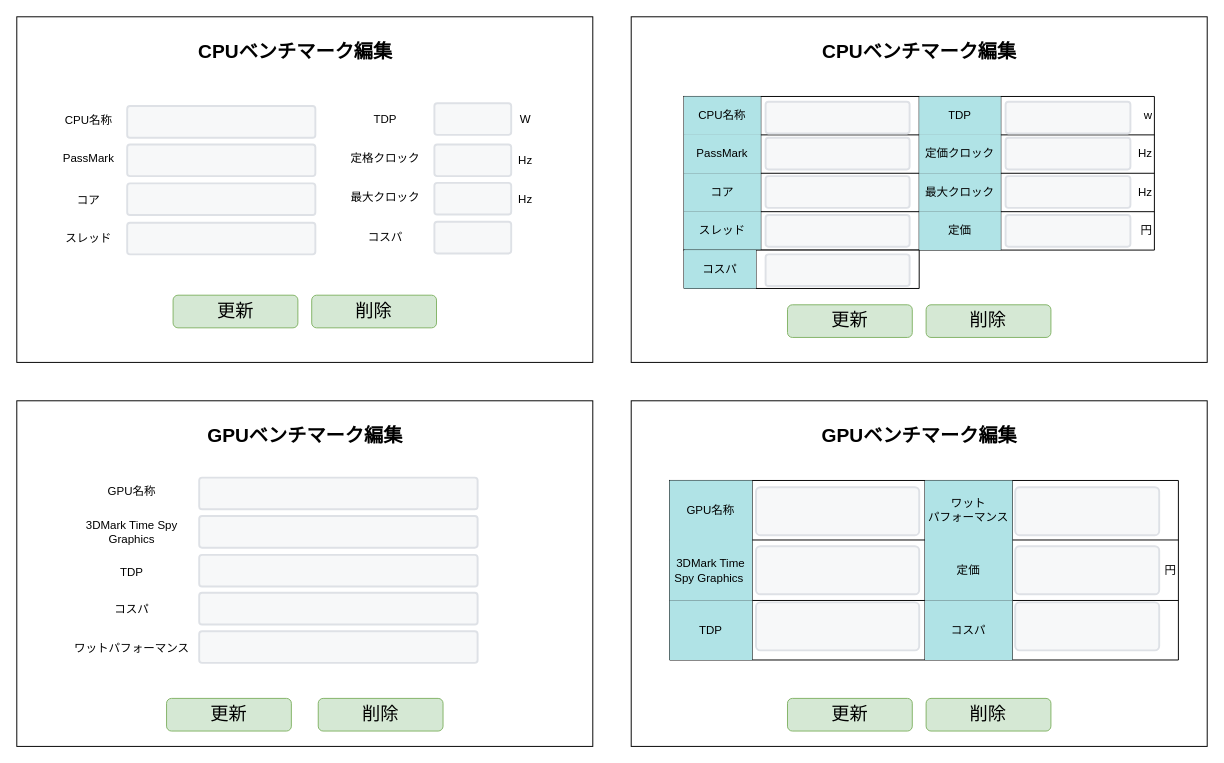
The draw.io diagram page "S05-03 ベンチマーク編集" (3 of 3) of 各種設計書/6.画面設計書/S05_ベンチマークマスタ.drawio in HaruShim/Sotuken, before the edit. Source tidied: cells renumbered, new cells numbered last; positions are measured from the earlier drawing's top-left corner, leaving out a move shared by most shapes. Both pictures are drawn from the tidied source at 96%, with x=0, y=0 at pixel (16, 16). Pictures stored in the file or linked from it are replaced by grey dashed boxes.
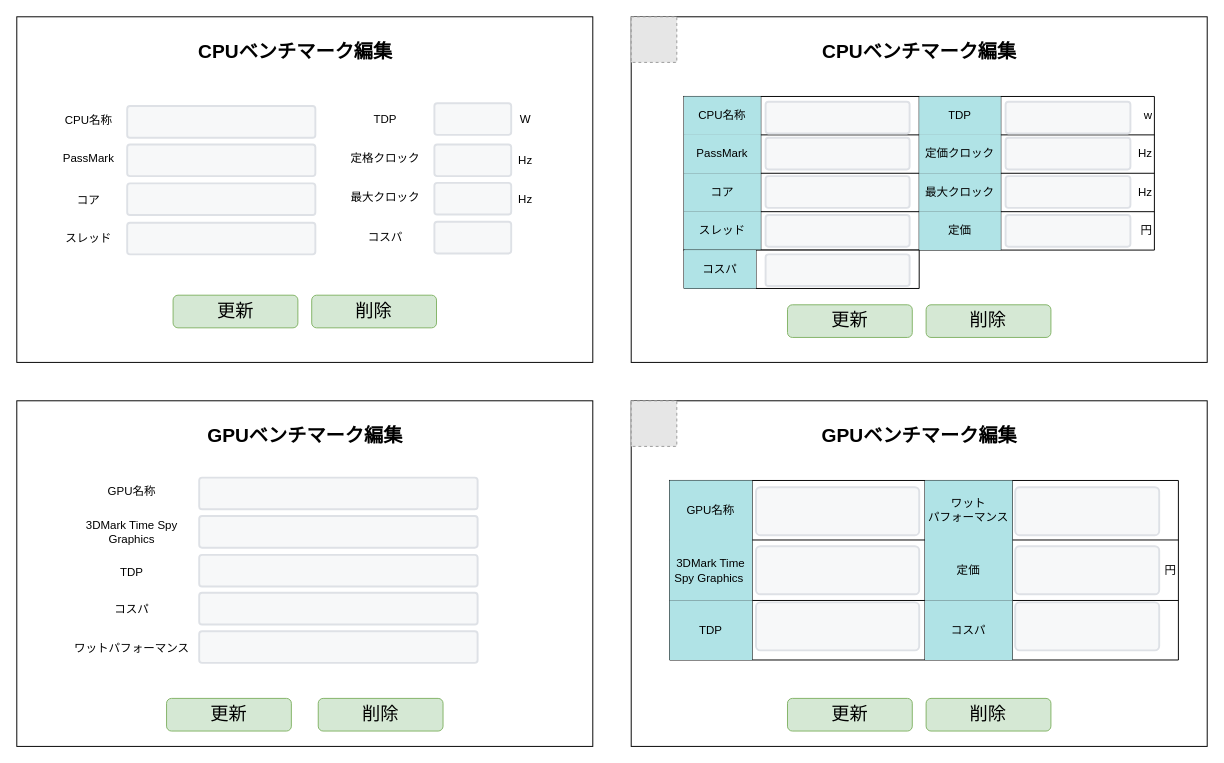
After the change.

The edit, as a diff of the source:
```diff
@@
+    <mxCell id="105" style="fillColor=#E6E6E6;strokeColor=#999999;dashed=1;html=1;verticalAlign=top;verticalLabelPosition=bottom;labelBackgroundColor=#ffffff;" parent="1" vertex="1">
+      <mxGeometry x="640" width="47.5" height="47.5" as="geometry" />
+    </mxCell>
+    <mxCell id="106" style="fillColor=#E6E6E6;strokeColor=#999999;dashed=1;html=1;verticalAlign=top;verticalLabelPosition=bottom;labelBackgroundColor=#ffffff;" parent="1" vertex="1">
+      <mxGeometry x="640" y="400" width="47.5" height="47.5" as="geometry" />
+    </mxCell>
```
